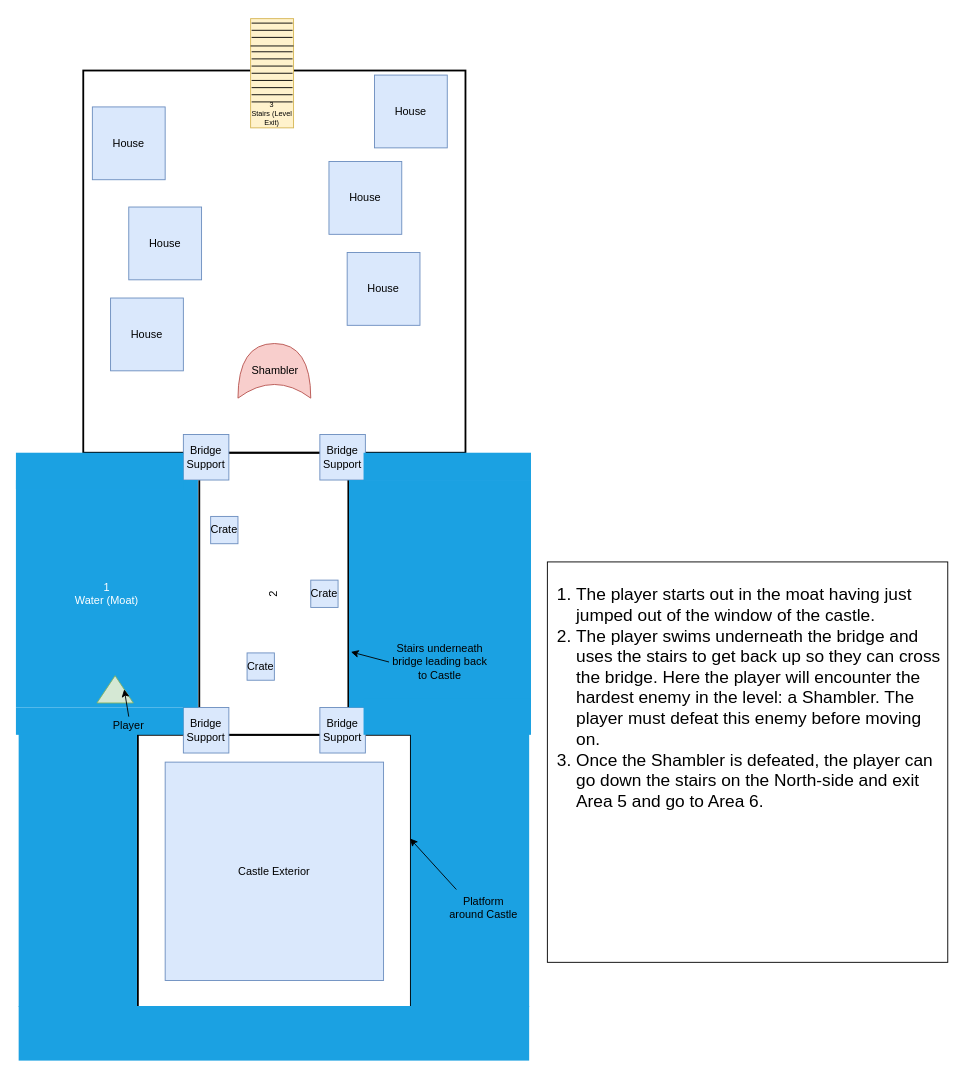
Sebp23/corrupt-realm-project keeps this draw.io diagram as topdown maps/AreaFiveTopdown.drawio. Above is the earlier version. Source tidied: cells renumbered, new cells numbered last; positions are measured from the earlier drawing's top-left corner, leaving out a move shared by most shapes. Both pictures are drawn from the tidied source at 91%, with x=0, y=0 at pixel (15, 15).
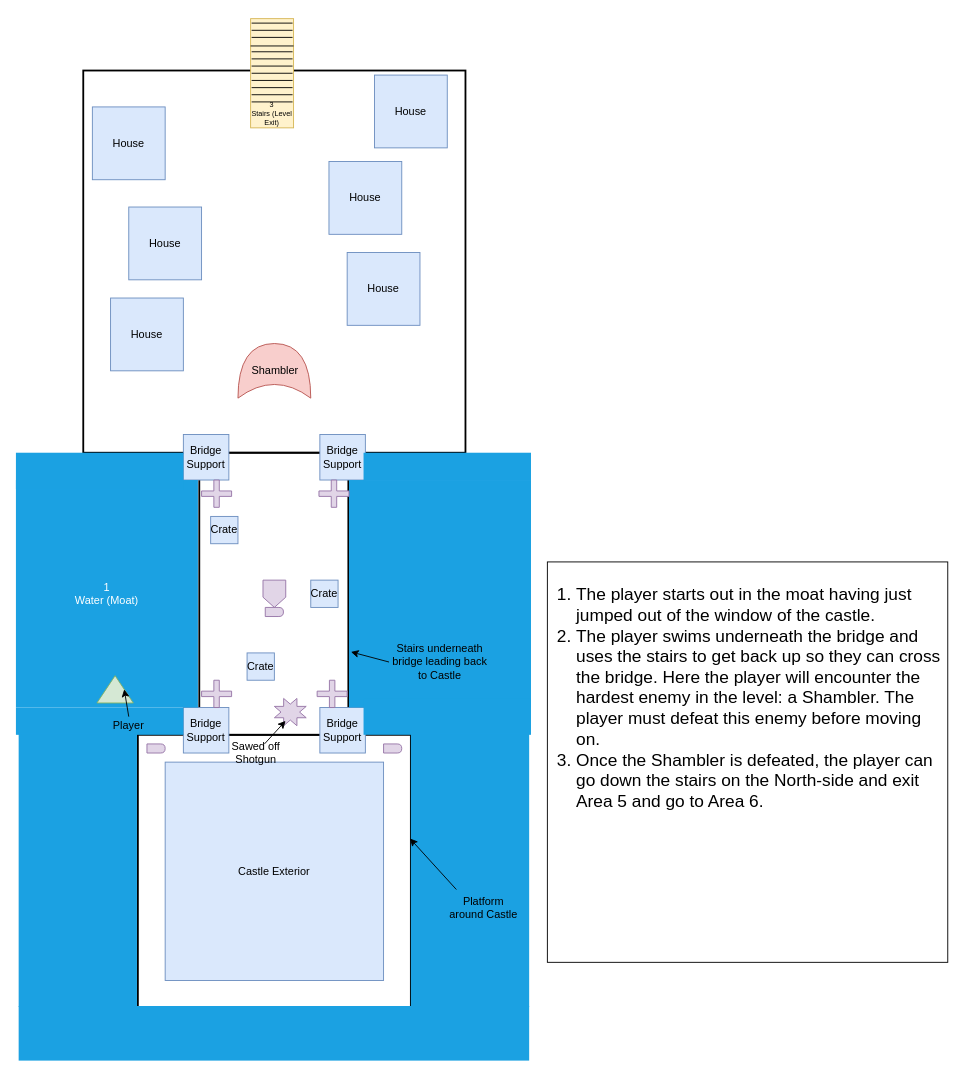
Above is the later version.

The edit, as a diff of the source:
```diff
@@
+    <mxCell id="59" style="shape=cross;whiteSpace=wrap;html=1;fillColor=#e1d5e7;strokeColor=#9673a6;" parent="1" vertex="1">
+      <mxGeometry x="204" y="510" width="33" height="30" as="geometry" />
+    </mxCell>
+    <mxCell id="60" style="shape=cross;whiteSpace=wrap;html=1;fillColor=#e1d5e7;strokeColor=#9673a6;" parent="1" vertex="1">
+      <mxGeometry x="333" y="510" width="33" height="30" as="geometry" />
+    </mxCell>
+    <mxCell id="61" style="shape=cross;whiteSpace=wrap;html=1;fillColor=#e1d5e7;strokeColor=#9673a6;" parent="1" vertex="1">
+      <mxGeometry x="331" y="730" width="33" height="30" as="geometry" />
+    </mxCell>
+    <mxCell id="62" style="shape=cross;whiteSpace=wrap;html=1;fillColor=#e1d5e7;strokeColor=#9673a6;" parent="1" vertex="1">
+      <mxGeometry x="204" y="730" width="33" height="30" as="geometry" />
+    </mxCell>
+    <mxCell id="63" style="shape=offPageConnector;whiteSpace=wrap;html=1;fillColor=#e1d5e7;strokeColor=#9673a6;" parent="1" vertex="1">
+      <mxGeometry x="271.5" y="620" width="25" height="30" as="geometry" />
+    </mxCell>
+    <mxCell id="64" style="verticalLabelPosition=bottom;verticalAlign=top;html=1;shape=mxgraph.basic.8_point_star;fillColor=#e1d5e7;strokeColor=#9673a6;" parent="1" vertex="1">
+      <mxGeometry x="284" y="750" width="35" height="30" as="geometry" />
+    </mxCell>
+    <mxCell id="65" style="endArrow=classic;html=1;entryX=0.352;entryY=0.822;entryDx=0;entryDy=0;entryPerimeter=0;" parent="1" edge="1" source="66" target="64">
+      <mxGeometry relative="1" as="geometry" />
+    </mxCell>
+    <mxCell id="66" value="Sawed off Shotgun" style="text;html=1;strokeColor=none;fillColor=none;align=center;verticalAlign=middle;whiteSpace=wrap;rounded=0;" parent="1" vertex="1">
+      <mxGeometry x="234" y="800" width="60" height="20" as="geometry" />
+    </mxCell>
+    <mxCell id="67" style="shape=delay;whiteSpace=wrap;html=1;fillColor=#e1d5e7;strokeColor=#9673a6;" parent="1" vertex="1">
+      <mxGeometry x="404" y="800" width="20" height="10" as="geometry" />
+    </mxCell>
+    <mxCell id="68" style="shape=delay;whiteSpace=wrap;html=1;fillColor=#e1d5e7;strokeColor=#9673a6;" parent="1" vertex="1">
+      <mxGeometry x="144" y="800" width="20" height="10" as="geometry" />
+    </mxCell>
+    <mxCell id="69" style="shape=delay;whiteSpace=wrap;html=1;fillColor=#e1d5e7;strokeColor=#9673a6;" parent="1" vertex="1">
+      <mxGeometry x="274" y="650" width="20" height="10" as="geometry" />
+    </mxCell>
```
